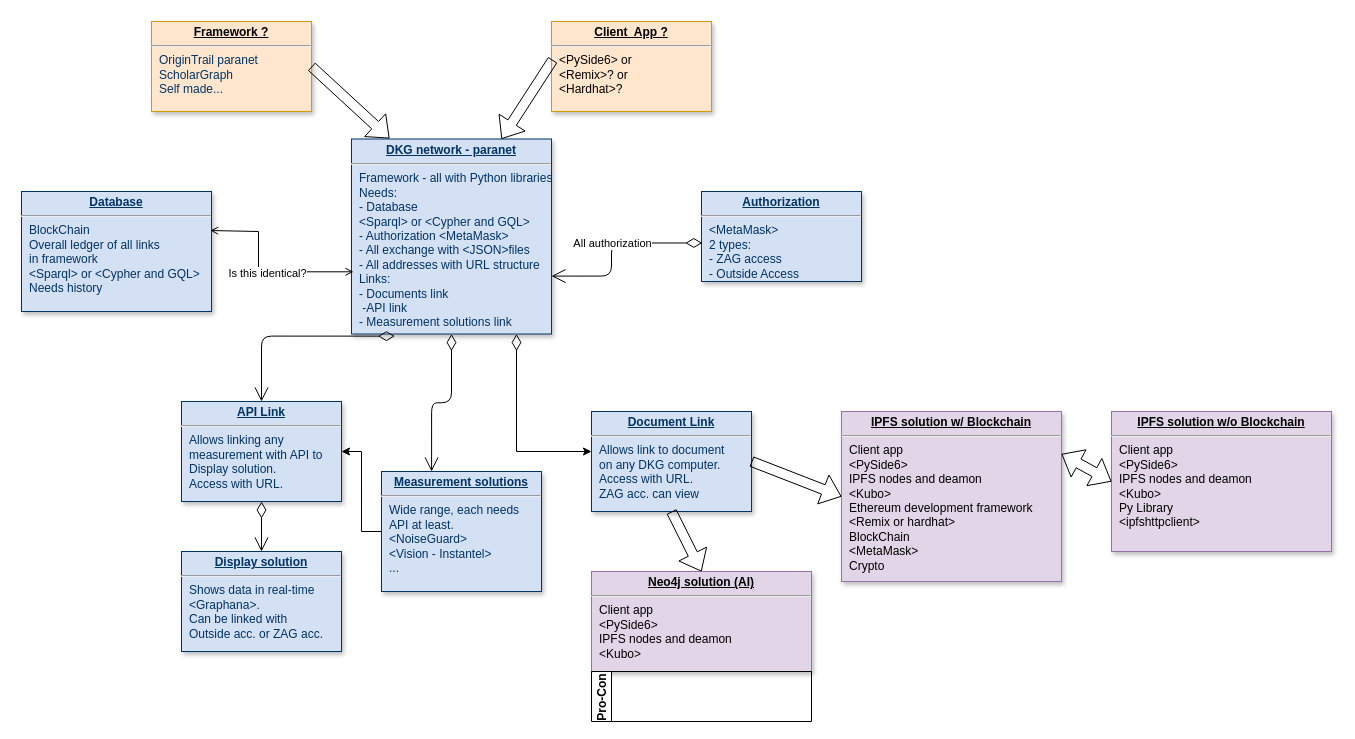
This is Basic Diagram.drawio from RokRud/ZAG-DKG, a draw.io file, before an edit. Source tidied: cells renumbered, new cells numbered last; positions are measured from the earlier drawing's top-left corner, leaving out a move shared by most shapes. Both pictures are drawn from the tidied source at 100%, with x=0, y=0 at pixel (21, 21).
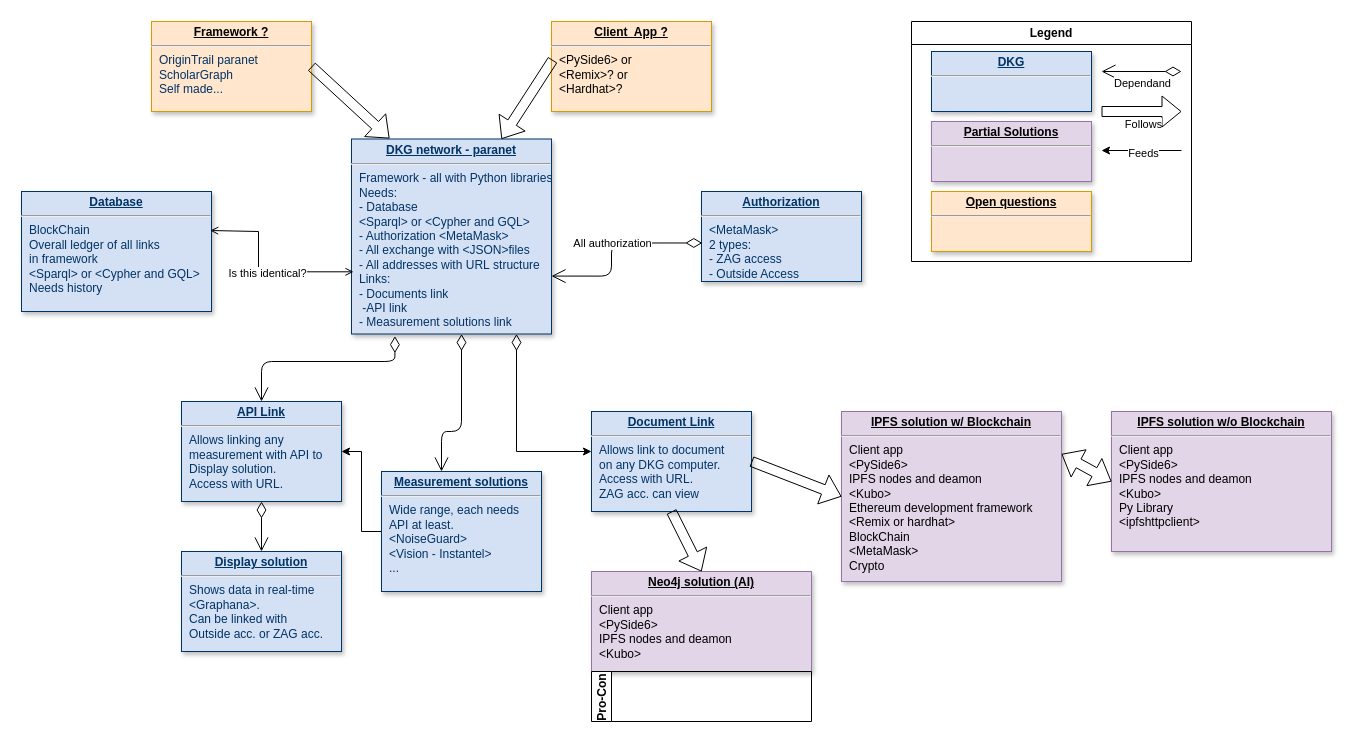
The same page after the edit.

Unchanged cells that the change refers to:
```xml
<mxCell id="2" value="&lt;p style=&quot;margin: 0px; margin-top: 4px; text-align: center; text-decoration: underline;&quot;&gt;&lt;b&gt;DKG network - paranet&lt;/b&gt;&lt;/p&gt;&lt;hr&gt;&lt;p style=&quot;margin: 0px; margin-left: 8px;&quot;&gt;Framework - all with Python&amp;nbsp;&lt;span style=&quot;background-color: transparent; color: light-dark(rgb(0, 51, 102), rgb(161, 205, 249));&quot;&gt;libraries &amp;lt;?&amp;gt;&lt;/span&gt;&lt;/p&gt;&lt;p style=&quot;margin: 0px; margin-left: 8px;&quot;&gt;Needs:&lt;/p&gt;&lt;p style=&quot;margin: 0px; margin-left: 8px;&quot;&gt;- Database&amp;nbsp;&lt;/p&gt;&lt;p style=&quot;margin: 0px; margin-left: 8px;&quot;&gt;&amp;lt;Sparql&amp;gt; or &amp;lt;Cypher and GQL&amp;gt;&lt;/p&gt;&lt;p style=&quot;margin: 0px; margin-left: 8px;&quot;&gt;- Authorization &amp;lt;MetaMask&amp;gt;&lt;/p&gt;&lt;p style=&quot;margin: 0px; margin-left: 8px;&quot;&gt;- All exchange with &amp;lt;JSON&amp;gt;&lt;span style=&quot;background-color: transparent; color: light-dark(rgb(0, 51, 102), rgb(161, 205, 249));&quot;&gt;files&lt;/span&gt;&lt;/p&gt;&lt;p style=&quot;margin: 0px; margin-left: 8px;&quot;&gt;- All addresses with URL&amp;nbsp;&lt;span style=&quot;background-color: transparent; color: light-dark(rgb(0, 51, 102), rgb(161, 205, 249));&quot;&gt;structure&lt;/span&gt;&lt;/p&gt;&lt;p style=&quot;margin: 0px; margin-left: 8px;&quot;&gt;&lt;span style=&quot;background-color: transparent; color: light-dark(rgb(0, 51, 102), rgb(161, 205, 249));&quot;&gt;Links:&lt;/span&gt;&lt;/p&gt;&lt;p style=&quot;margin: 0px; margin-left: 8px;&quot;&gt;- Documents link&lt;/p&gt;&lt;p style=&quot;margin: 0px; margin-left: 8px;&quot;&gt;&amp;nbsp;-API link&lt;/p&gt;&lt;p style=&quot;margin: 0px; margin-left: 8px;&quot;&gt;- Measurement solutions link&lt;/p&gt;" style="verticalAlign=top;align=left;overflow=fill;fontSize=12;fontFamily=Helvetica;html=1;strokeColor=#003366;shadow=1;fillColor=#D4E1F5;fontColor=#003366;" parent="1" vertex="1">
  <mxGeometry x="330" y="117.5" width="200" height="195" as="geometry" />
</mxCell>
<mxCell id="7" value="&lt;p style=&quot;margin: 0px; margin-top: 4px; text-align: center; text-decoration: underline;&quot;&gt;&lt;b&gt;API Link&lt;/b&gt;&lt;/p&gt;&lt;hr&gt;&lt;p style=&quot;margin: 0px; margin-left: 8px;&quot;&gt;Allows linking any&lt;/p&gt;&lt;p style=&quot;margin: 0px; margin-left: 8px;&quot;&gt;&lt;span style=&quot;background-color: transparent; color: light-dark(rgb(0, 51, 102), rgb(161, 205, 249));&quot;&gt;measurement with API to&lt;/span&gt;&lt;/p&gt;&lt;p style=&quot;margin: 0px; margin-left: 8px;&quot;&gt;&lt;span style=&quot;background-color: transparent; color: light-dark(rgb(0, 51, 102), rgb(161, 205, 249));&quot;&gt;Display solution.&lt;/span&gt;&lt;/p&gt;&lt;p style=&quot;margin: 0px; margin-left: 8px;&quot;&gt;Access with URL.&lt;/p&gt;" style="verticalAlign=top;align=left;overflow=fill;fontSize=12;fontFamily=Helvetica;html=1;strokeColor=#003366;shadow=1;fillColor=#D4E1F5;fontColor=#003366;" parent="1" vertex="1">
  <mxGeometry x="160" y="380" width="160" height="100" as="geometry" />
</mxCell>
<mxCell id="11" value="&lt;p style=&quot;margin: 0px; margin-top: 4px; text-align: center; text-decoration: underline;&quot;&gt;&lt;b&gt;Measurement solutions&lt;/b&gt;&lt;/p&gt;&lt;hr&gt;&lt;p style=&quot;margin: 0px; margin-left: 8px;&quot;&gt;Wide range, each needs&amp;nbsp;&lt;/p&gt;&lt;p style=&quot;margin: 0px; margin-left: 8px;&quot;&gt;API at&amp;nbsp;&lt;span style=&quot;background-color: transparent; color: light-dark(rgb(0, 51, 102), rgb(161, 205, 249));&quot;&gt;least.&lt;/span&gt;&lt;/p&gt;&lt;p style=&quot;margin: 0px; margin-left: 8px;&quot;&gt;&amp;lt;NoiseGuard&amp;gt;&lt;/p&gt;&lt;p style=&quot;margin: 0px; margin-left: 8px;&quot;&gt;&amp;lt;Vision - Instantel&amp;gt;&lt;/p&gt;&lt;p style=&quot;margin: 0px; margin-left: 8px;&quot;&gt;...&lt;/p&gt;" style="verticalAlign=top;align=left;overflow=fill;fontSize=12;fontFamily=Helvetica;html=1;strokeColor=#003366;shadow=1;fillColor=#D4E1F5;fontColor=#003366;" parent="1" vertex="1">
  <mxGeometry x="360" y="450" width="160" height="120" as="geometry" />
</mxCell>
```

Diff of the diagram source:
```diff
@@
-    <mxCell id="12" style="endArrow=open;endSize=12;startArrow=diamondThin;startSize=14;startFill=0;edgeStyle=orthogonalEdgeStyle;exitX=0.5;exitY=1;exitDx=0;exitDy=0;entryX=0.313;entryY=0;entryDx=0;entryDy=0;entryPerimeter=0;" parent="1" edge="1" source="2" target="11">
-      <mxGeometry x="620" y="340" as="geometry" />
+    <mxCell id="12" style="endArrow=open;endSize=12;startArrow=diamondThin;startSize=14;startFill=0;edgeStyle=orthogonalEdgeStyle;exitX=0.5;exitY=1;exitDx=0;exitDy=0;entryX=0.313;entryY=0;entryDx=0;entryDy=0;entryPerimeter=0;" parent="1" edge="1">
+      <mxGeometry x="620" y="340" as="geometry">
+        <mxPoint x="440" y="312.5" as="sourcePoint" />
+        <mxPoint x="420" y="450" as="targetPoint" />
+        <Array as="points">
+          <mxPoint x="440" y="410" />
+          <mxPoint x="420" y="410" />
+        </Array>
+      </mxGeometry>
     </mxCell>
@@
     <mxCell id="15" style="endArrow=open;endSize=12;startArrow=diamondThin;startSize=14;startFill=0;edgeStyle=orthogonalEdgeStyle;exitX=0.217;exitY=1.011;exitDx=0;exitDy=0;entryX=0.5;entryY=0;entryDx=0;entryDy=0;exitPerimeter=0;" parent="1" edge="1" source="2" target="7">
-      <mxGeometry x="620" y="340" as="geometry" />
+      <mxGeometry x="620" y="340" as="geometry">
+        <Array as="points">
+          <mxPoint x="373" y="340" />
+          <mxPoint x="240" y="340" />
+        </Array>
+      </mxGeometry>
     </mxCell>
@@
+    <mxCell id="29" value="Legend" style="swimlane;whiteSpace=wrap;html=1;" parent="1" vertex="1">
+      <mxGeometry x="890" width="280" height="240" as="geometry" />
+    </mxCell>
+    <mxCell id="30" value="&lt;p style=&quot;margin: 0px; margin-top: 4px; text-align: center; text-decoration: underline;&quot;&gt;&lt;b&gt;Open questions&lt;/b&gt;&lt;/p&gt;&lt;hr&gt;&lt;p style=&quot;margin: 0px; margin-left: 8px;&quot;&gt;&lt;br&gt;&lt;/p&gt;&lt;p style=&quot;margin: 0px; margin-left: 8px;&quot;&gt;&lt;br&gt;&lt;/p&gt;&lt;p style=&quot;margin: 0px; margin-left: 8px;&quot;&gt;&lt;span style=&quot;background-color: transparent; color: light-dark(rgb(0, 51, 102), rgb(161, 205, 249));&quot;&gt;&lt;br&gt;&lt;/span&gt;&lt;/p&gt;" style="verticalAlign=top;align=left;overflow=fill;fontSize=12;fontFamily=Helvetica;html=1;strokeColor=#d79b00;shadow=1;fillColor=#ffe6cc;" parent="29" vertex="1">
+      <mxGeometry x="20" y="170" width="160" height="60" as="geometry" />
+    </mxCell>
+    <mxCell id="31" value="&lt;p style=&quot;margin: 0px; margin-top: 4px; text-align: center; text-decoration: underline;&quot;&gt;&lt;b&gt;Partial Solutions&lt;/b&gt;&lt;/p&gt;&lt;hr&gt;&lt;p style=&quot;margin: 0px; margin-left: 8px;&quot;&gt;&lt;br&gt;&lt;/p&gt;" style="verticalAlign=top;align=left;overflow=fill;fontSize=12;fontFamily=Helvetica;html=1;strokeColor=#9673a6;shadow=1;fillColor=#e1d5e7;" parent="29" vertex="1">
+      <mxGeometry x="20" y="100" width="160" height="60" as="geometry" />
+    </mxCell>
+    <mxCell id="32" value="&lt;p style=&quot;margin: 0px; margin-top: 4px; text-align: center; text-decoration: underline;&quot;&gt;&lt;b&gt;DKG&lt;/b&gt;&lt;/p&gt;&lt;hr&gt;&lt;p style=&quot;margin: 0px; margin-left: 8px;&quot;&gt;&lt;br&gt;&lt;/p&gt;&lt;p style=&quot;margin: 0px; margin-left: 8px;&quot;&gt;&lt;span style=&quot;background-color: transparent; color: light-dark(rgb(0, 51, 102), rgb(161, 205, 249));&quot;&gt;&lt;br&gt;&lt;/span&gt;&lt;/p&gt;" style="verticalAlign=top;align=left;overflow=fill;fontSize=12;fontFamily=Helvetica;html=1;strokeColor=#003366;shadow=1;fillColor=#D4E1F5;fontColor=#003366;" parent="29" vertex="1">
+      <mxGeometry x="20" y="30" width="160" height="60" as="geometry" />
+    </mxCell>
+    <mxCell id="33" style="shape=flexArrow;endArrow=classic;html=1;rounded=0;exitX=1;exitY=0.5;exitDx=0;exitDy=0;" parent="29" edge="1">
+      <mxGeometry relative="1" as="geometry">
+        <mxPoint x="190" y="90" as="sourcePoint" />
+        <mxPoint x="270" y="90" as="targetPoint" />
+      </mxGeometry>
+    </mxCell>
+    <mxCell id="34" value="Follows" style="edgeLabel;html=1;align=center;verticalAlign=top;labelPosition=center;verticalLabelPosition=bottom;" parent="33" vertex="1">
+      <mxGeometry x="0.02" relative="1" as="geometry" />
+    </mxCell>
+    <mxCell id="35" style="endArrow=open;endSize=12;startArrow=diamondThin;startSize=14;startFill=0;edgeStyle=orthogonalEdgeStyle;convertToSvg=1;" parent="29" edge="1">
+      <mxGeometry x="-250" y="470" as="geometry">
+        <mxPoint x="270" y="50" as="sourcePoint" />
+        <mxPoint x="190" y="50" as="targetPoint" />
+        <Array as="points">
+          <mxPoint x="190" y="50" />
+          <mxPoint x="190" y="50" />
+        </Array>
+      </mxGeometry>
+    </mxCell>
+    <mxCell id="36" value="Dependand" style="edgeLabel;html=1;align=center;verticalAlign=top;labelPosition=center;verticalLabelPosition=bottom;" parent="35" vertex="1">
+      <mxGeometry relative="1" as="geometry">
+        <mxPoint y="-1" as="offset" />
+      </mxGeometry>
+    </mxCell>
+    <mxCell id="37" style="edgeStyle=orthogonalEdgeStyle;rounded=0;orthogonalLoop=1;jettySize=auto;html=1;labelPosition=center;verticalLabelPosition=bottom;align=center;verticalAlign=top;spacingBottom=3;" parent="29" edge="1">
+      <mxGeometry relative="1" as="geometry">
+        <mxPoint x="270" y="129" as="sourcePoint" />
+        <mxPoint x="190" y="129" as="targetPoint" />
+      </mxGeometry>
+    </mxCell>
+    <mxCell id="38" value="Feeds" style="edgeLabel;html=1;align=center;verticalAlign=middle;" parent="37" vertex="1">
+      <mxGeometry x="-0.02" y="2" relative="1" as="geometry" />
+    </mxCell>
```
